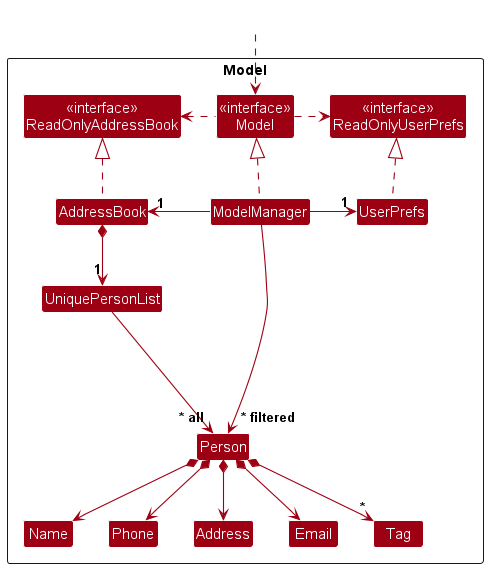
Earlier version of the PlantUML export docs/images/ModelClassDiagram.png (nus-cs2103-AY2425S1/tp).
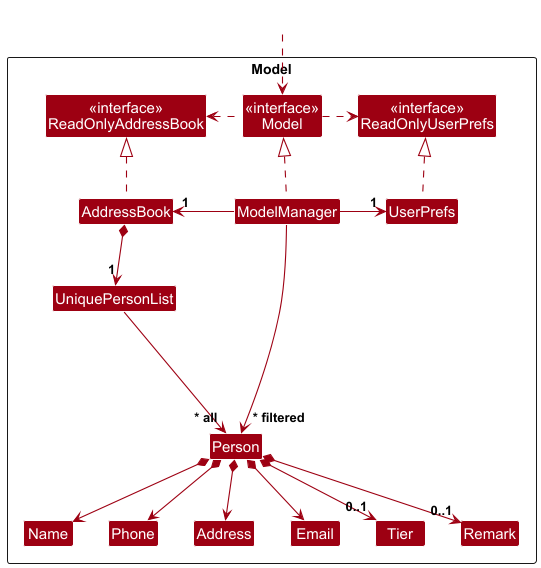
Above is the later version.

Commit message:
Update developer guide and plantuml class diagram

What changed in the source:
```diff
@@ -18,7 +18,8 @@
 Class Email
 Class Name
 Class Phone
-Class Tag
+Class Tier
+Class Remark
 
 Class I #FFFFFF
 }
@@ -41,7 +42,8 @@
 Person *--> Phone
 Person *--> Email
 Person *--> Address
-Person *--> "*" Tag
+Person *--> "0..1" Remark
+Person *--> "0..1" Tier
 
 Person -[hidden]up--> I
 UniquePersonList -[hidden]right-> I
```
